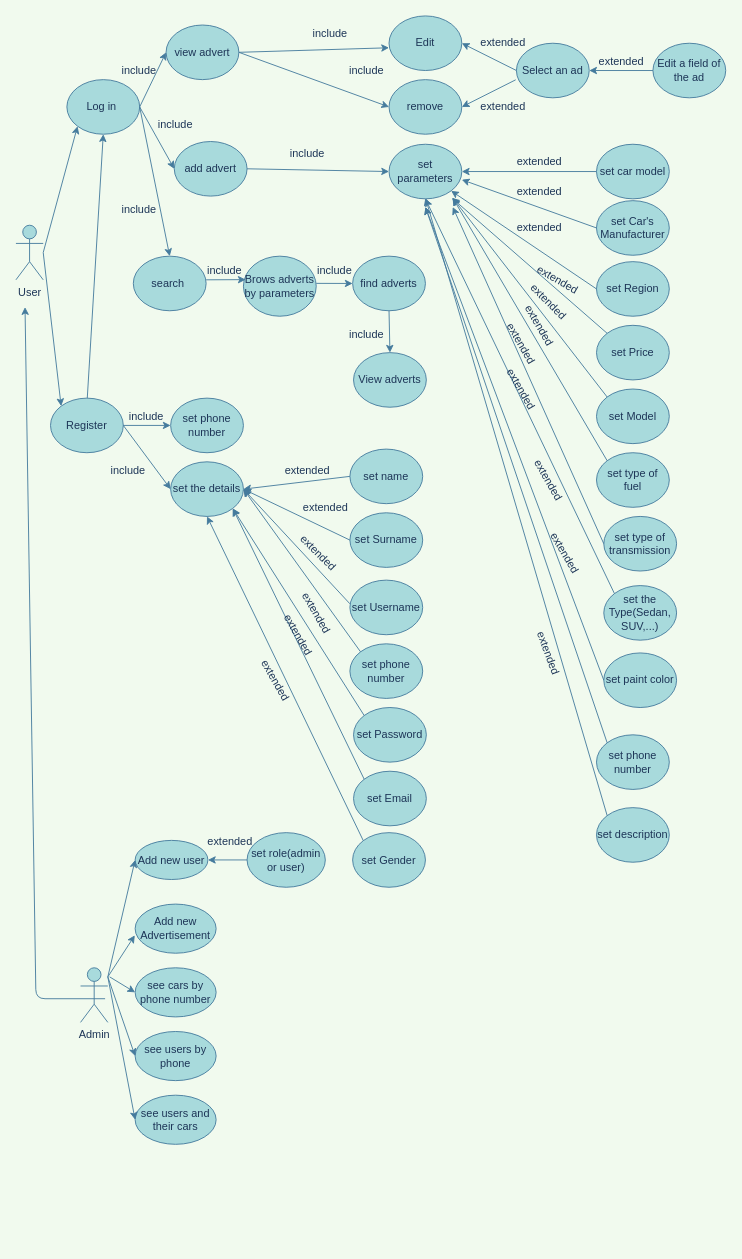
Above: Untitled Diagram.drawio in kamran-mehravar/Large-scale-and-Multi-structured-Databases-Project (draw.io), before the change. Source tidied: cells renumbered, new cells numbered last; positions are measured from the earlier drawing's top-left corner, leaving out a move shared by most shapes. Both pictures are drawn from the tidied source at 91%, with x=0, y=0 at pixel (15, 15).
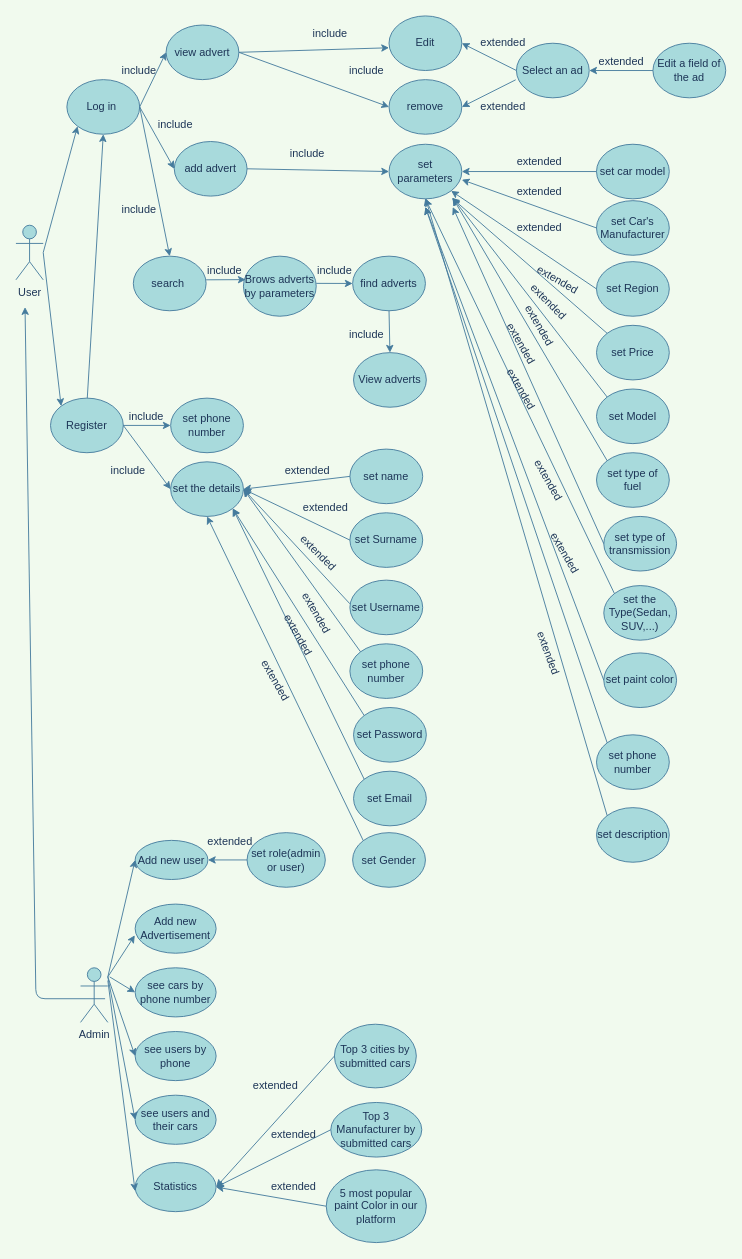
The same page after the edit.

Change to the diagram source:
```diff
@@
+    <mxCell id="117" value="Statistics" style="ellipse;whiteSpace=wrap;html=1;fillColor=#A8DADC;strokeColor=#457B9D;fontColor=#1D3557;" parent="1" vertex="1">
+      <mxGeometry x="131" y="1260" width="89" height="54" as="geometry" />
+    </mxCell>
+    <mxCell id="118" style="endArrow=classic;html=1;entryX=0;entryY=0.5;entryDx=0;entryDy=0;labelBackgroundColor=#F1FAEE;strokeColor=#457B9D;fontColor=#1D3557;" parent="1" edge="1">
+      <mxGeometry relative="1" as="geometry">
+        <mxPoint x="101" y="1060" as="sourcePoint" />
+        <mxPoint x="131" y="1291.5" as="targetPoint" />
+      </mxGeometry>
+    </mxCell>
+    <mxCell id="119" value="Top 3 cities by submitted cars" style="ellipse;whiteSpace=wrap;html=1;fillColor=#A8DADC;strokeColor=#457B9D;fontColor=#1D3557;" parent="1" vertex="1">
+      <mxGeometry x="350" y="1108" width="90" height="70" as="geometry" />
+    </mxCell>
+    <mxCell id="120" value="Top 3 Manufacturer by submitted cars" style="ellipse;whiteSpace=wrap;html=1;fillColor=#A8DADC;strokeColor=#457B9D;fontColor=#1D3557;" parent="1" vertex="1">
+      <mxGeometry x="346" y="1194" width="100" height="60" as="geometry" />
+    </mxCell>
+    <mxCell id="121" value="5 most popular paint Color in our platform" style="ellipse;whiteSpace=wrap;html=1;fillColor=#A8DADC;strokeColor=#457B9D;fontColor=#1D3557;" parent="1" vertex="1">
+      <mxGeometry x="341" y="1268" width="110" height="80" as="geometry" />
+    </mxCell>
+    <mxCell id="122" style="endArrow=classic;html=1;fontColor=#1D3557;strokeColor=#457B9D;fillColor=#A8DADC;exitX=0;exitY=0.5;exitDx=0;exitDy=0;entryX=1;entryY=0.5;entryDx=0;entryDy=0;" parent="1" edge="1" source="119" target="117">
+      <mxGeometry relative="1" as="geometry" />
+    </mxCell>
+    <mxCell id="123" style="endArrow=classic;html=1;fontColor=#1D3557;strokeColor=#457B9D;fillColor=#A8DADC;exitX=0;exitY=0.5;exitDx=0;exitDy=0;entryX=1;entryY=0.5;entryDx=0;entryDy=0;" parent="1" edge="1" source="120" target="117">
+      <mxGeometry relative="1" as="geometry" />
+    </mxCell>
+    <mxCell id="124" style="endArrow=classic;html=1;fontColor=#1D3557;strokeColor=#457B9D;fillColor=#A8DADC;exitX=0;exitY=0.5;exitDx=0;exitDy=0;entryX=1;entryY=0.5;entryDx=0;entryDy=0;" parent="1" edge="1" source="121" target="117">
+      <mxGeometry relative="1" as="geometry" />
+    </mxCell>
+    <mxCell id="125" value="extended" style="text;html=1;align=center;verticalAlign=middle;strokeColor=none;rotation=0;fontColor=#1D3557;" parent="1" vertex="1">
+      <mxGeometry x="250" y="1166" width="70" height="20" as="geometry" />
+    </mxCell>
+    <mxCell id="126" value="extended" style="text;html=1;align=center;verticalAlign=middle;strokeColor=none;rotation=0;fontColor=#1D3557;" parent="1" vertex="1">
+      <mxGeometry x="270" y="1220" width="70" height="20" as="geometry" />
+    </mxCell>
+    <mxCell id="127" value="extended" style="text;html=1;align=center;verticalAlign=middle;strokeColor=none;rotation=0;fontColor=#1D3557;" parent="1" vertex="1">
+      <mxGeometry x="270" y="1277" width="70" height="20" as="geometry" />
+    </mxCell>
```
